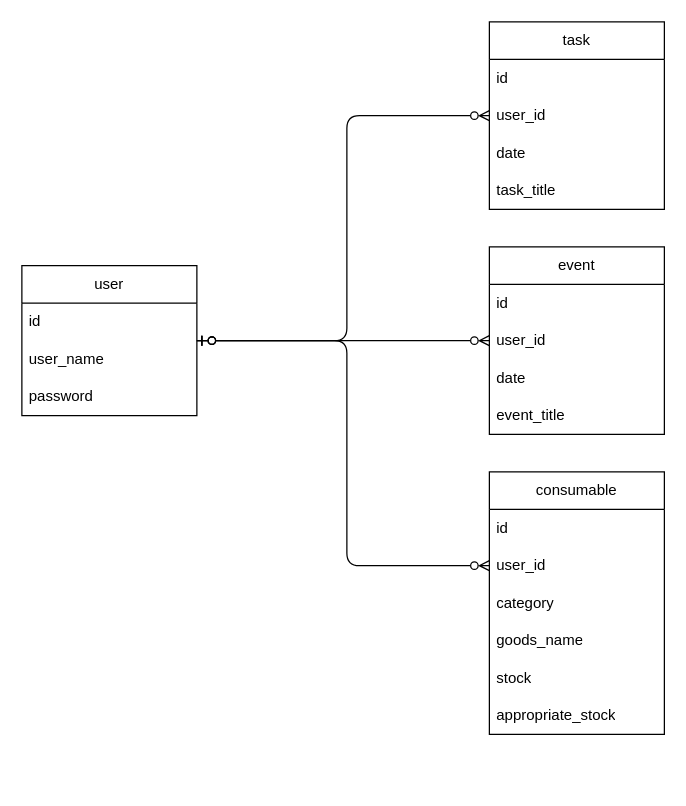
This is event_tasks.dio from Yuya7124/event_tasks, a draw.io file, before an edit. Source tidied: cells renumbered, new cells numbered last; positions are measured from the earlier drawing's top-left corner, leaving out a move shared by most shapes. Both pictures are drawn from the tidied source at 125%, with x=0, y=0 at pixel (21, 21).
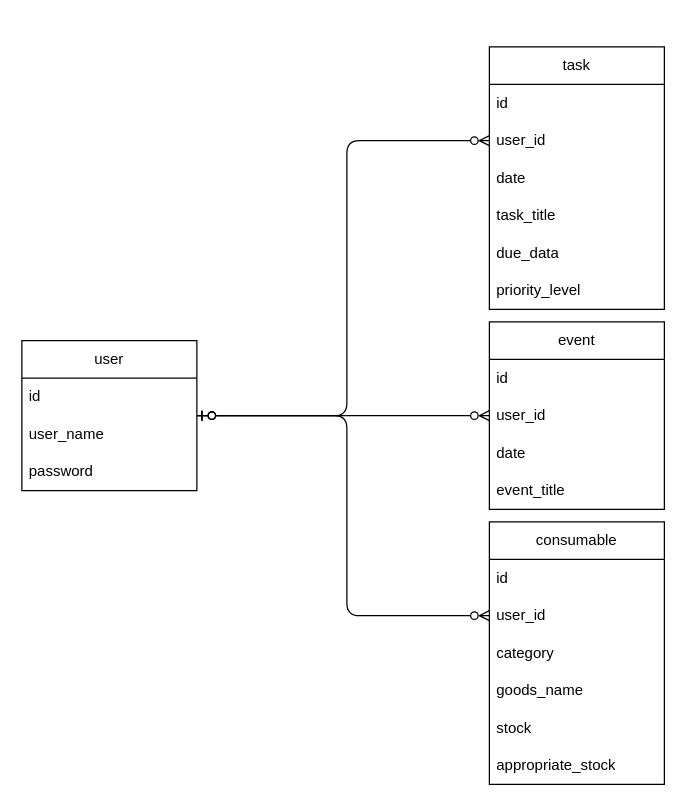
Above is the later version.

Unchanged cells that the change refers to:
```xml
<mxCell id="8" value="user_id" style="text;strokeColor=none;fillColor=none;align=left;verticalAlign=middle;spacingLeft=4;spacingRight=4;overflow=hidden;points=[[0,0.5],[1,0.5]];portConstraint=eastwest;whiteSpace=wrap;html=1;" parent="6" vertex="1">
  <mxGeometry y="60" width="140" height="30" as="geometry" />
</mxCell>
<mxCell id="19" value="user_id" style="text;strokeColor=none;fillColor=none;align=left;verticalAlign=middle;spacingLeft=4;spacingRight=4;overflow=hidden;points=[[0,0.5],[1,0.5]];portConstraint=eastwest;whiteSpace=wrap;html=1;" parent="17" vertex="1">
  <mxGeometry y="60" width="140" height="30" as="geometry" />
</mxCell>
```

Diff of the diagram source:
```diff
@@
     <mxCell id="2" value="user" style="swimlane;fontStyle=0;horizontal=1;startSize=30;whiteSpace=wrap;html=1;" parent="1" vertex="1">
-      <mxGeometry y="195" width="140" height="120" as="geometry" />
+      <mxGeometry y="255" width="140" height="120" as="geometry" />
     </mxCell>
@@
     <mxCell id="6" value="task" style="swimlane;fontStyle=0;horizontal=1;startSize=30;whiteSpace=wrap;html=1;" parent="1" vertex="1">
-      <mxGeometry x="374" width="140" height="150" as="geometry" />
+      <mxGeometry x="374" y="20" width="140" height="210" as="geometry" />
     </mxCell>
@@
+    <mxCell id="26" value="due_data" style="text;strokeColor=none;fillColor=none;align=left;verticalAlign=middle;spacingLeft=4;spacingRight=4;overflow=hidden;whiteSpace=wrap;html=1;" parent="6" vertex="1">
+      <mxGeometry y="150" width="140" height="30" as="geometry" />
+    </mxCell>
+    <mxCell id="27" value="priority_level" style="text;strokeColor=none;fillColor=none;align=left;verticalAlign=middle;spacingLeft=4;spacingRight=4;overflow=hidden;whiteSpace=wrap;html=1;" parent="6" vertex="1">
+      <mxGeometry y="180" width="140" height="30" as="geometry" />
+    </mxCell>
@@
     <mxCell id="12" value="event" style="swimlane;fontStyle=0;horizontal=1;startSize=30;whiteSpace=wrap;html=1;" parent="1" vertex="1">
-      <mxGeometry x="374" y="180" width="140" height="150" as="geometry" />
+      <mxGeometry x="374" y="240" width="140" height="150" as="geometry" />
     </mxCell>
@@
     <mxCell id="17" value="consumable" style="swimlane;fontStyle=0;horizontal=1;startSize=30;whiteSpace=wrap;html=1;" parent="1" vertex="1">
-      <mxGeometry x="374" y="360" width="140" height="210" as="geometry" />
+      <mxGeometry x="374" y="400" width="140" height="210" as="geometry" />
     </mxCell>
@@
     <mxCell id="24" style="edgeStyle=none;html=1;endArrow=ERzeroToMany;endFill=0;startArrow=ERzeroToOne;startFill=0;" parent="1" edge="1" source="2" target="8">
       <mxGeometry relative="1" as="geometry">
         <Array as="points">
-          <mxPoint x="260" y="255" />
-          <mxPoint x="260" y="75" />
+          <mxPoint x="260" y="315" />
+          <mxPoint x="260" y="95" />
         </Array>
       </mxGeometry>
     </mxCell>
     <mxCell id="25" style="edgeStyle=none;html=1;endArrow=ERzeroToMany;endFill=0;startArrow=ERzeroToOne;startFill=0;" parent="1" edge="1" source="2" target="19">
       <mxGeometry relative="1" as="geometry">
         <Array as="points">
-          <mxPoint x="260" y="255" />
-          <mxPoint x="260" y="435" />
+          <mxPoint x="260" y="315" />
+          <mxPoint x="260" y="475" />
         </Array>
       </mxGeometry>
     </mxCell>
```
